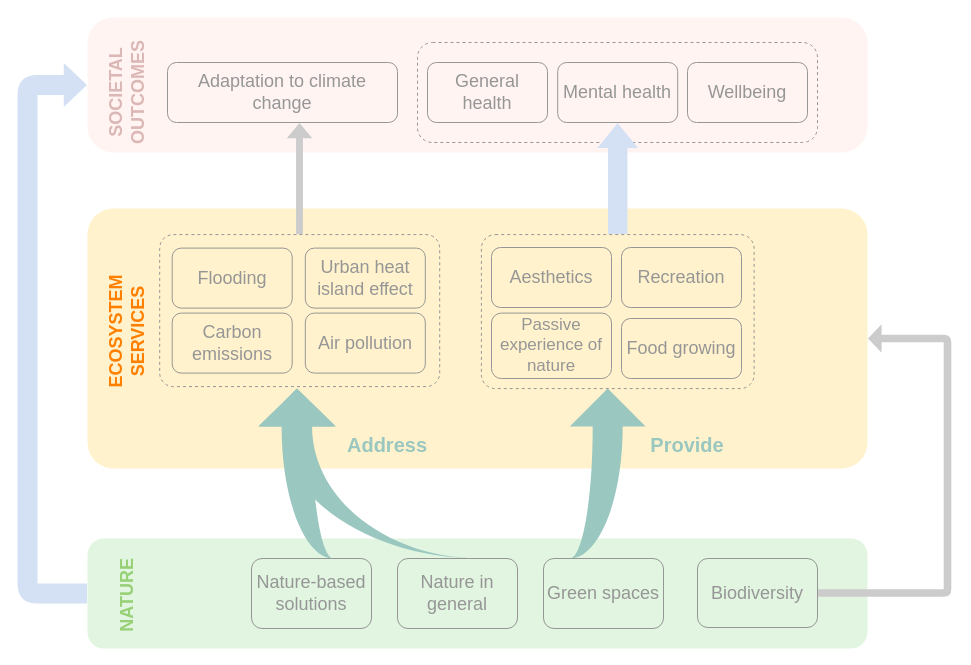
The draw.io diagram PercRoleNature.drawio in nadasaidi/automatic-funicular, before the edit. Source tidied: cells renumbered, new cells numbered last; positions are measured from the earlier drawing's top-left corner, leaving out a move shared by most shapes. Both pictures are drawn from the tidied source at 100%, with x=0, y=0 at pixel (27, 17).
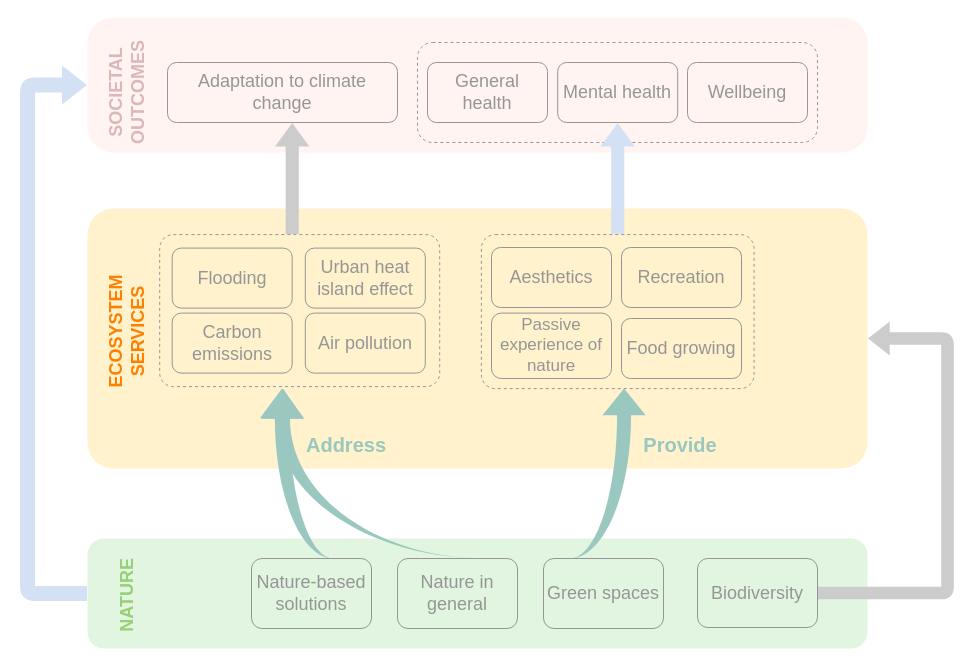
The same diagram, later.

Unchanged cells that the change refers to:
```xml
<mxCell id="2" style="rounded=1;whiteSpace=wrap;html=1;fontFamily=CMU Sans Serif;fontSize=18;strokeColor=none;arcSize=19;fillColor=#FFF4F2;" parent="1" vertex="1">
  <mxGeometry x="60" width="780" height="135" as="geometry" />
</mxCell>
<mxCell id="3" style="rounded=1;whiteSpace=wrap;html=1;fontFamily=CMU Sans Serif;FType=g;fontSize=16;strokeColor=none;fillColor=#E1F5E0;" parent="1" vertex="1">
  <mxGeometry x="60" y="521" width="780" height="110" as="geometry" />
</mxCell>
<mxCell id="5" style="rounded=1;whiteSpace=wrap;html=1;fontFamily=CMU Sans Serif;fontSize=18;strokeColor=none;fillColor=#FFF2CC;arcSize=10;" parent="1" vertex="1">
  <mxGeometry x="60" y="191" width="780" height="260" as="geometry" />
</mxCell>
<mxCell id="6" style="rounded=1;whiteSpace=wrap;html=1;fillColor=none;fontFamily=CMU Sans Serif;fontSize=18;arcSize=9;strokeColor=#969696;dashed=1;" parent="1" vertex="1">
  <mxGeometry x="453.9" y="217.1" width="272.7" height="154" as="geometry" />
</mxCell>
<mxCell id="19" value="Biodiversity" style="rounded=1;whiteSpace=wrap;html=1;fontFamily=CMU Sans Serif;FType=g;fontSize=18;fillColor=#E1F5E0;fontColor=#969696;strokeColor=#969696;" parent="1" vertex="1">
  <mxGeometry x="670" y="541" width="120" height="69" as="geometry" />
</mxCell>
<mxCell id="20" value="Mental health" style="rounded=1;whiteSpace=wrap;html=1;fillColor=none;fontFamily=CMU Sans Serif;FType=g;fontSize=18;strokeColor=#969696;fontColor=#969696;" parent="1" vertex="1">
  <mxGeometry x="530.2" y="45" width="120" height="60" as="geometry" />
</mxCell>
```

Change to the diagram source:
```diff
@@
     <mxCell id="23" value="Address" style="text;html=1;strokeColor=none;fillColor=none;align=center;verticalAlign=middle;whiteSpace=wrap;rounded=0;fontSize=20;fontFamily=CMU Sans Serif;fontStyle=1;fontColor=#9AC7BF;" parent="1" vertex="1">
-      <mxGeometry x="340" y="417.3" width="40" height="20" as="geometry" />
+      <mxGeometry x="299" y="417.3" width="40" height="20" as="geometry" />
     </mxCell>
     <mxCell id="24" value="Provide" style="text;html=1;strokeColor=none;fillColor=none;align=center;verticalAlign=middle;whiteSpace=wrap;rounded=0;fontSize=20;fontFamily=CMU Sans Serif;fontStyle=1;fontColor=#9AC7BF;" parent="1" vertex="1">
-      <mxGeometry x="640" y="417.3" width="40" height="20" as="geometry" />
+      <mxGeometry x="633" y="417.3" width="40" height="20" as="geometry" />
     </mxCell>
@@
-    <mxCell id="27" style="html=1;shadow=0;dashed=0;align=center;verticalAlign=middle;shape=mxgraph.arrows2.jumpInArrow;dy=15;dx=38;arrowHead=78;fontFamily=CMU Sans Serif;fontSize=18;flipH=1;flipV=1;rotation=90;strokeColor=none;fontColor=#9AC7BF;fillColor=#9AC7BF;" parent="1" vertex="1">
-      <mxGeometry x="257.3" y="344.3" width="170" height="223.4" as="geometry" />
+    <mxCell id="27" style="html=1;shadow=0;dashed=0;align=center;verticalAlign=middle;shape=mxgraph.arrows2.jumpInArrow;dy=7;dx=30.14;arrowHead=41.71;fontFamily=CMU Sans Serif;fontSize=18;flipH=1;flipV=1;rotation=90;strokeColor=none;fontColor=#9AC7BF;fillColor=#9AC7BF;" parent="1" vertex="1">
+      <mxGeometry x="261.3" y="344.3" width="170" height="223.4" as="geometry" />
     </mxCell>
-    <mxCell id="28" style="html=1;shadow=0;dashed=0;align=center;verticalAlign=middle;shape=mxgraph.arrows2.jumpInArrow;dy=15;dx=38;arrowHead=78;fontFamily=CMU Sans Serif;fontSize=18;flipH=1;flipV=0;rotation=90;strokeColor=none;fillColor=#9AC7BF;" parent="1" vertex="1">
+    <mxCell id="28" style="html=1;shadow=0;dashed=0;align=center;verticalAlign=middle;shape=mxgraph.arrows2.jumpInArrow;dy=7;dx=26.71;arrowHead=43.14;fontFamily=CMU Sans Serif;fontSize=18;flipH=1;flipV=0;rotation=90;strokeColor=none;fillColor=#9AC7BF;" parent="1" vertex="1">
       <mxGeometry x="495.2" y="418" width="170" height="75.9" as="geometry" />
     </mxCell>
@@
-    <mxCell id="30" style="html=1;shadow=0;dashed=0;align=center;verticalAlign=middle;shape=mxgraph.arrows2.jumpInArrow;dy=15;dx=38;arrowHead=78;fontFamily=CMU Sans Serif;fontSize=18;flipH=1;flipV=1;rotation=90;strokeColor=none;fontColor=#9AC7BF;fillColor=#9AC7BF;" parent="1" vertex="1">
+    <mxCell id="30" style="html=1;shadow=0;dashed=0;align=center;verticalAlign=middle;shape=mxgraph.arrows2.jumpInArrow;dy=7.11;dx=30.14;arrowHead=44.46;fontFamily=CMU Sans Serif;fontSize=18;flipH=1;flipV=1;rotation=90;strokeColor=none;fontColor=#9AC7BF;fillColor=#9AC7BF;" parent="1" vertex="1">
       <mxGeometry x="184.1" y="419.1" width="170" height="73.7" as="geometry" />
     </mxCell>
-    <mxCell id="31" style="edgeStyle=orthogonalEdgeStyle;shape=flexArrow;rounded=1;jettySize=auto;html=1;exitX=0.5;exitY=0;exitDx=0;exitDy=0;shadow=0;fontFamily=CMU Sans Serif;fontSize=18;strokeColor=none;width=19.444444444444443;endSize=8;endWidth=20.15432098765432;entryX=0.5;entryY=1;entryDx=0;entryDy=0;fillColor=#D4E1F5;" parent="1" edge="1" source="6" target="20">
+    <mxCell id="31" style="edgeStyle=orthogonalEdgeStyle;shape=flexArrow;rounded=1;jettySize=auto;html=1;exitX=0.5;exitY=0;exitDx=0;exitDy=0;shadow=0;fontFamily=CMU Sans Serif;fontSize=18;strokeColor=none;width=13.142857142857142;endSize=7.474285714285714;endWidth=20.15432098765432;entryX=0.5;entryY=1;entryDx=0;entryDy=0;fillColor=#D4E1F5;startSize=6;strokeWidth=1;" parent="1" edge="1" source="6" target="20">
       <mxGeometry relative="1" as="geometry">
         <Array as="points">
           <mxPoint x="590" y="217" />
         </Array>
       </mxGeometry>
     </mxCell>
-    <mxCell id="32" style="edgeStyle=orthogonalEdgeStyle;shape=flexArrow;rounded=1;jettySize=auto;html=1;exitX=1;exitY=0.5;exitDx=0;exitDy=0;shadow=0;fontFamily=CMU Sans Serif;fontSize=18;strokeColor=none;fillColor=#CCCCCC;width=7.586206896551724;endSize=4.1931034482758625;endWidth=20.15432098765432;entryX=1;entryY=0.5;entryDx=0;entryDy=0;" parent="1" edge="1" source="19" target="5">
+    <mxCell id="32" style="edgeStyle=orthogonalEdgeStyle;shape=flexArrow;rounded=1;jettySize=auto;html=1;exitX=1;exitY=0.5;exitDx=0;exitDy=0;shadow=0;fontFamily=CMU Sans Serif;fontSize=18;strokeColor=none;fillColor=#CCCCCC;width=12.571428571428571;endSize=6.908571428571428;endWidth=20.244897959183675;entryX=1;entryY=0.5;entryDx=0;entryDy=0;" parent="1" edge="1" source="19" target="5">
       <mxGeometry relative="1" as="geometry">
         <Array as="points">
           <mxPoint x="920" y="576" />
           <mxPoint x="920" y="321" />
         </Array>
       </mxGeometry>
     </mxCell>
@@
-    <mxCell id="34" style="edgeStyle=orthogonalEdgeStyle;shape=flexArrow;rounded=1;jettySize=auto;html=1;exitX=0;exitY=0.5;exitDx=0;exitDy=0;shadow=0;dashed=1;fontFamily=CMU Sans Serif;fontSize=19;fontColor=#97D077;width=20;endSize=7.406896551724138;strokeColor=none;fillColor=#D4E1F5;endWidth=22.758620689655174;entryX=0;entryY=0.5;entryDx=0;entryDy=0;" parent="1" edge="1" source="3" target="2">
+    <mxCell id="34" style="edgeStyle=orthogonalEdgeStyle;shape=flexArrow;rounded=1;jettySize=auto;html=1;exitX=0;exitY=0.5;exitDx=0;exitDy=0;shadow=0;dashed=1;fontFamily=CMU Sans Serif;fontSize=19;fontColor=#97D077;width=15;endSize=8;strokeColor=none;fillColor=#D4E1F5;endWidth=22.758620689655174;entryX=0;entryY=0.5;entryDx=0;entryDy=0;" parent="1" edge="1" source="3" target="2">
       <mxGeometry relative="1" as="geometry">
         <Array as="points">
           <mxPoint y="576" />
           <mxPoint y="68" />
         </Array>
       </mxGeometry>
     </mxCell>
-    <mxCell id="35" style="edgeStyle=orthogonalEdgeStyle;shape=flexArrow;rounded=1;orthogonalLoop=1;jettySize=auto;html=1;exitX=0.5;exitY=0;exitDx=0;exitDy=0;shadow=0;fontFamily=CMU Sans Serif;fontSize=18;strokeColor=none;width=6.8965517241379315;endSize=4.7379310344827585;endWidth=17.577854671280278;entryX=0.5;entryY=1;entryDx=0;entryDy=0;fillColor=#CCCCCC;" parent="1" edge="1">
-      <mxGeometry relative="1" as="geometry">
-        <mxPoint x="272" y="217.1" as="sourcePoint" />
-        <mxPoint x="272" y="105" as="targetPoint" />
-        <Array as="points">
-          <mxPoint x="271.8" y="217" />
-        </Array>
-      </mxGeometry>
-    </mxCell>
+    <mxCell id="36" style="edgeStyle=orthogonalEdgeStyle;shape=flexArrow;rounded=1;orthogonalLoop=1;jettySize=auto;html=1;exitX=0.5;exitY=0;exitDx=0;exitDy=0;shadow=0;fontFamily=CMU Sans Serif;fontSize=18;strokeColor=none;width=13.142857142857142;endSize=7.474285714285714;endWidth=20.15432098765432;entryX=0.5;entryY=1;entryDx=0;entryDy=0;startSize=6;strokeWidth=1;fillColor=#CCCCCC;" parent="1" edge="1">
+      <mxGeometry relative="1" as="geometry">
+        <mxPoint x="264.7" y="217.1" as="sourcePoint" />
+        <mxPoint x="264.7" y="105" as="targetPoint" />
+        <Array as="points">
+          <mxPoint x="264.5" y="217" />
+        </Array>
+      </mxGeometry>
+    </mxCell>
```
